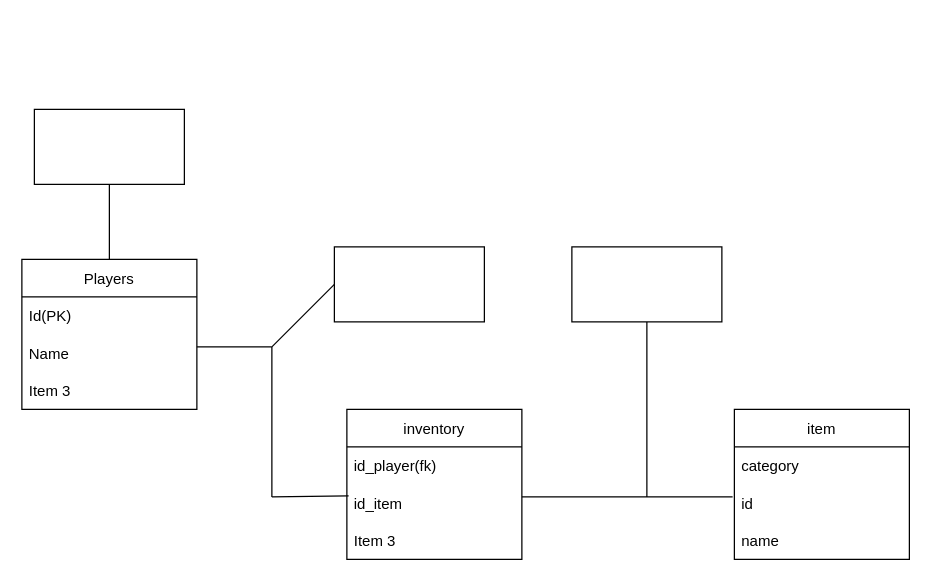
Above: Nimetön kaavio.drawio in danielmakela/Database (draw.io), before the change. Source tidied: cells renumbered, new cells numbered last; positions are measured from the earlier drawing's top-left corner, leaving out a move shared by most shapes. Both pictures are drawn from the tidied source at 125%, with x=0, y=0 at pixel (21, 109).
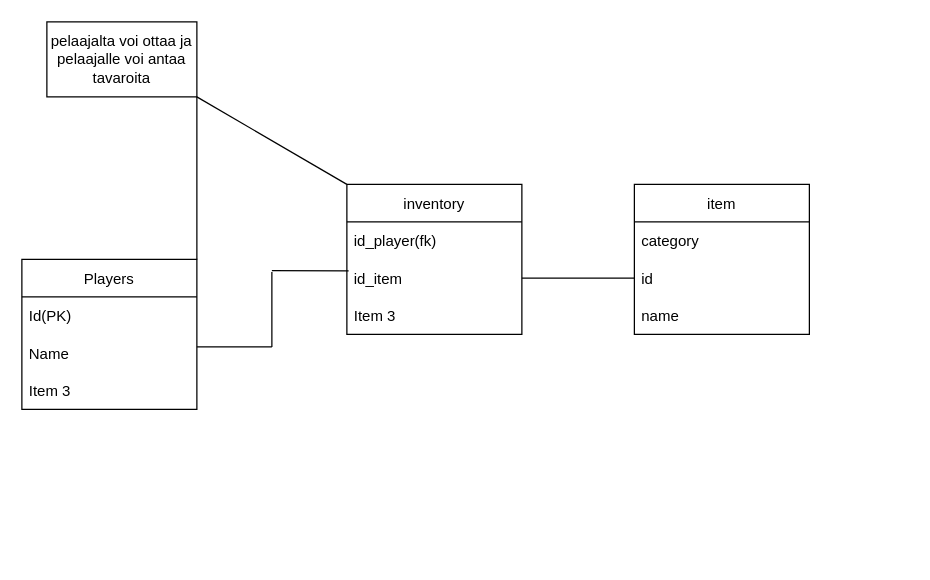
The same diagram, later.

The change refers to these unchanged cells:
```xml
<mxCell id="2" value="Players" style="swimlane;fontStyle=0;horizontal=1;startSize=30;" parent="1" vertex="1">
  <mxGeometry y="120" width="140" height="120" as="geometry" />
</mxCell>
<mxCell id="8" value="id_item" style="text;strokeColor=none;fillColor=none;align=left;verticalAlign=middle;spacingLeft=4;spacingRight=4;overflow=hidden;points=[[0,0.5],[1,0.5]];portConstraint=eastwest;" parent="6" vertex="1">
  <mxGeometry y="60" width="140" height="30" as="geometry" />
</mxCell>
<mxCell id="12" value="id" style="text;strokeColor=none;fillColor=none;align=left;verticalAlign=middle;spacingLeft=4;spacingRight=4;overflow=hidden;points=[[0,0.5],[1,0.5]];portConstraint=eastwest;" parent="10" vertex="1">
  <mxGeometry y="60" width="140" height="30" as="geometry" />
</mxCell>
```

Change to the diagram source:
```diff
@@
     <mxCell id="6" value="inventory" style="swimlane;fontStyle=0;horizontal=1;startSize=30;" parent="1" vertex="1">
-      <mxGeometry x="260" y="240" width="140" height="120" as="geometry" />
+      <mxGeometry x="260" y="60" width="140" height="120" as="geometry" />
     </mxCell>
@@
     <mxCell id="10" value="item" style="swimlane;fontStyle=0;horizontal=1;startSize=30;" parent="1" vertex="1">
-      <mxGeometry x="570" y="240" width="140" height="120" as="geometry" />
+      <mxGeometry x="490" y="60" width="140" height="120" as="geometry" />
     </mxCell>
@@
     <mxCell id="15" style="endArrow=none;html=1;rounded=0;" parent="1" edge="1">
       <mxGeometry relative="1" as="geometry">
-        <mxPoint x="200" y="310" as="sourcePoint" />
-        <mxPoint x="200" y="190" as="targetPoint" />
+        <mxPoint x="200" y="190" as="sourcePoint" />
+        <mxPoint x="200" y="130" as="targetPoint" />
       </mxGeometry>
     </mxCell>
     <mxCell id="16" style="endArrow=none;html=1;rounded=0;entryX=0.01;entryY=0.308;entryDx=0;entryDy=0;entryPerimeter=0;" parent="1" edge="1" target="8">
       <mxGeometry relative="1" as="geometry">
-        <mxPoint x="200" y="310" as="sourcePoint" />
+        <mxPoint x="200" y="129" as="sourcePoint" />
       </mxGeometry>
     </mxCell>
-    <mxCell id="17" style="endArrow=none;html=1;rounded=0;entryX=-0.01;entryY=0.331;entryDx=0;entryDy=0;entryPerimeter=0;" parent="1" edge="1" target="12">
-      <mxGeometry relative="1" as="geometry">
-        <mxPoint x="400" y="310" as="sourcePoint" />
-        <Array as="points">
-          <mxPoint x="450" y="310" />
-          <mxPoint x="490" y="310" />
-        </Array>
-      </mxGeometry>
-    </mxCell>
-    <mxCell id="18" style="rounded=0;whiteSpace=wrap;html=1;" parent="1" vertex="1">
-      <mxGeometry x="10" width="120" height="60" as="geometry" />
-    </mxCell>
-    <mxCell id="19" style="endArrow=none;html=1;rounded=0;exitX=0.5;exitY=0;exitDx=0;exitDy=0;" parent="1" edge="1" source="2">
-      <mxGeometry relative="1" as="geometry">
-        <mxPoint x="70" y="60" as="targetPoint" />
-      </mxGeometry>
-    </mxCell>
-    <mxCell id="20" style="endArrow=none;html=1;rounded=0;" parent="1" edge="1">
-      <mxGeometry relative="1" as="geometry">
-        <mxPoint x="200" y="190" as="sourcePoint" />
-        <mxPoint x="250" y="140" as="targetPoint" />
-      </mxGeometry>
-    </mxCell>
-    <mxCell id="21" style="rounded=0;whiteSpace=wrap;html=1;" parent="1" vertex="1">
-      <mxGeometry x="250" y="110" width="120" height="60" as="geometry" />
-    </mxCell>
-    <mxCell id="22" style="endArrow=none;html=1;rounded=0;entryX=0.5;entryY=1;entryDx=0;entryDy=0;" parent="1" edge="1" target="23">
-      <mxGeometry relative="1" as="geometry">
-        <mxPoint x="500" y="310" as="sourcePoint" />
-        <Array as="points">
-          <mxPoint x="500" y="270" />
-        </Array>
-      </mxGeometry>
-    </mxCell>
-    <mxCell id="23" style="rounded=0;whiteSpace=wrap;html=1;" parent="1" vertex="1">
-      <mxGeometry x="440" y="110" width="120" height="60" as="geometry" />
-    </mxCell>
+    <mxCell id="24" style="endArrow=none;html=1;rounded=0;exitX=1;exitY=0.5;exitDx=0;exitDy=0;entryX=0;entryY=0.5;entryDx=0;entryDy=0;" parent="1" edge="1" source="8" target="12">
+      <mxGeometry relative="1" as="geometry" />
+    </mxCell>
+    <mxCell id="25" value="pelaajalta voi ottaa ja pelaajalle voi antaa tavaroita" style="rounded=0;whiteSpace=wrap;html=1;" parent="1" vertex="1">
+      <mxGeometry x="20" y="-70" width="120" height="60" as="geometry" />
+    </mxCell>
+    <mxCell id="26" style="endArrow=none;html=1;rounded=0;exitX=1;exitY=0;exitDx=0;exitDy=0;entryX=1;entryY=1;entryDx=0;entryDy=0;" parent="1" edge="1" source="2" target="25">
+      <mxGeometry relative="1" as="geometry" />
+    </mxCell>
+    <mxCell id="27" style="endArrow=none;html=1;rounded=0;entryX=0;entryY=0;entryDx=0;entryDy=0;exitX=1;exitY=1;exitDx=0;exitDy=0;" parent="1" edge="1" source="25" target="6">
+      <mxGeometry relative="1" as="geometry" />
+    </mxCell>
```
